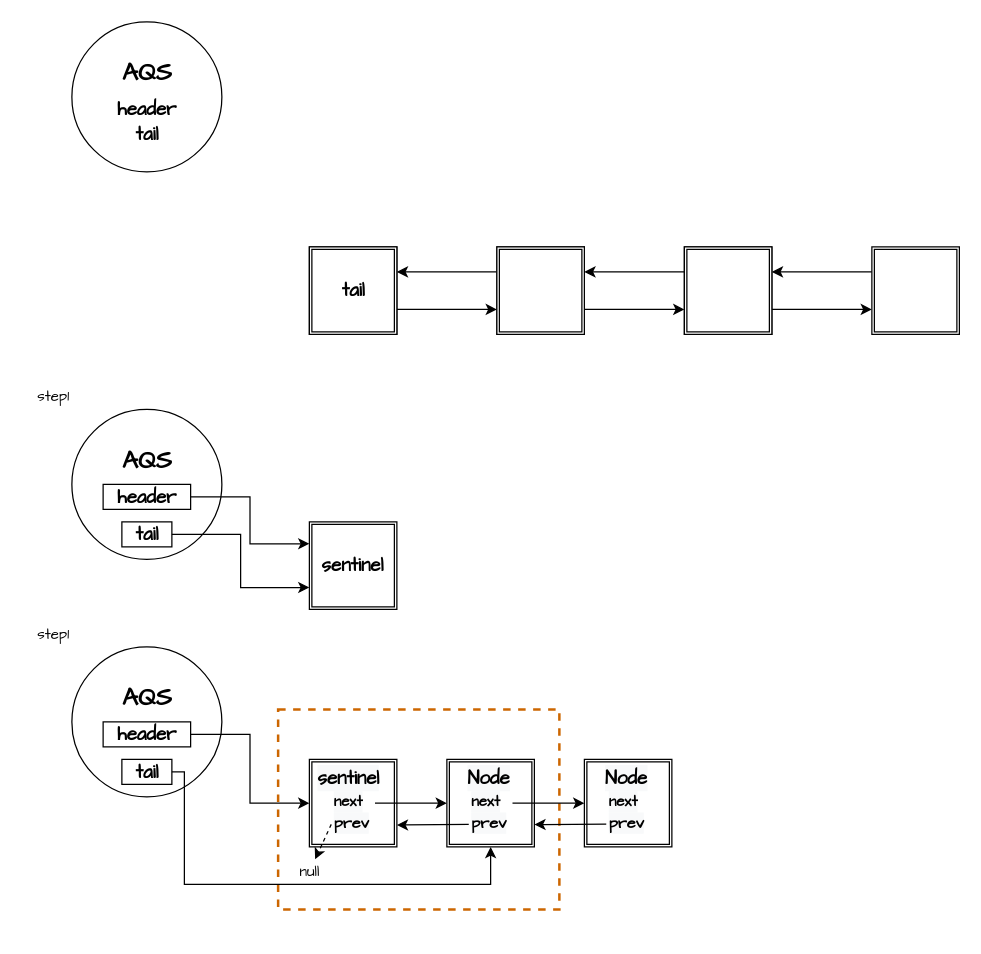
Before: page "Page-24" (24 of 25) of resources/drawio/Untitled Diagram.drawio in linkins1/MyNoteBooks, a draw.io diagram. Source tidied: cells renumbered, new cells numbered last; positions are measured from the earlier drawing's top-left corner, leaving out a move shared by most shapes. Both pictures are drawn from the tidied source at 125%, with x=0, y=0 at pixel (21, 21).
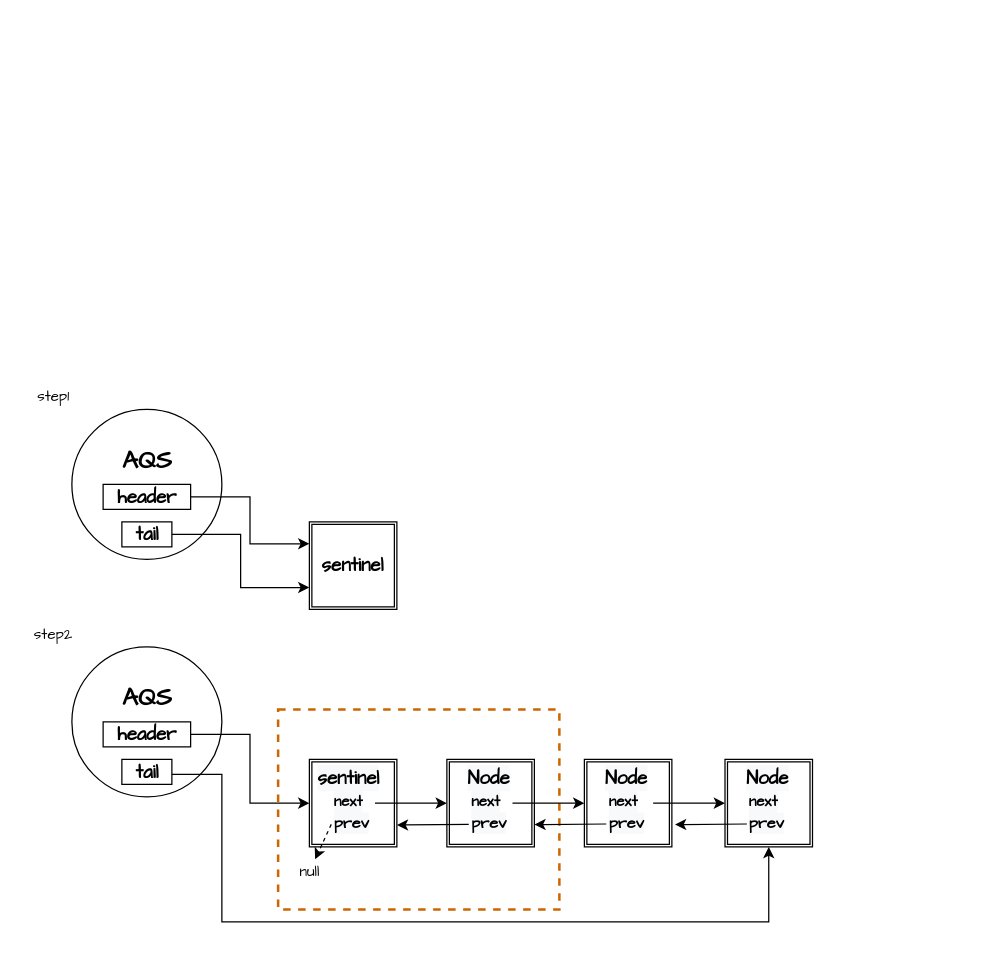
The same diagram, later.

The change refers to these unchanged cells:
```xml
<mxCell id="35" value="&lt;font face=&quot;Comic Sans MS&quot; size=&quot;1&quot;&gt;&lt;b style=&quot;font-size: 15px&quot;&gt;tail&lt;/b&gt;&lt;/font&gt;" style="text;html=1;align=center;verticalAlign=middle;points=[];strokeColor=#000000;" parent="1" vertex="1">
  <mxGeometry x="80" y="590" width="40" height="20" as="geometry" />
</mxCell>
<mxCell id="43" style="shape=ext;double=1;whiteSpace=wrap;html=1;" parent="1" vertex="1">
  <mxGeometry x="340" y="590" width="70" height="70" as="geometry" />
</mxCell>
```

Change to the diagram source:
```diff
@@
-    <mxCell id="3" style="edgeStyle=orthogonalEdgeStyle;rounded=0;jettySize=auto;html=1;" parent="1" edge="1" source="4" target="9">
-      <mxGeometry relative="1" as="geometry">
-        <Array as="points">
-          <mxPoint x="350" y="230" />
-          <mxPoint x="350" y="230" />
-        </Array>
-      </mxGeometry>
-    </mxCell>
-    <mxCell id="4" style="shape=ext;double=1;whiteSpace=wrap;html=1;" parent="1" vertex="1">
-      <mxGeometry x="230" y="180" width="70" height="70" as="geometry" />
-    </mxCell>
-    <mxCell id="5" style="ellipse;whiteSpace=wrap;html=1;" parent="1" vertex="1">
-      <mxGeometry x="40" width="120" height="120" as="geometry" />
-    </mxCell>
-    <mxCell id="6" value="&lt;font face=&quot;Comic Sans MS&quot;&gt;&lt;span style=&quot;font-size: 20px&quot;&gt;&lt;b&gt;AQS&lt;/b&gt;&lt;/span&gt;&lt;/font&gt;" style="text;html=1;align=center;verticalAlign=middle;" parent="1" vertex="1">
-      <mxGeometry x="70" y="30" width="60" height="20" as="geometry" />
-    </mxCell>
-    <mxCell id="7" style="edgeStyle=orthogonalEdgeStyle;rounded=0;jettySize=auto;html=1;" parent="1" edge="1" source="9" target="10">
-      <mxGeometry relative="1" as="geometry">
-        <Array as="points">
-          <mxPoint x="340" y="200" />
-          <mxPoint x="340" y="200" />
-        </Array>
-      </mxGeometry>
-    </mxCell>
-    <mxCell id="8" style="edgeStyle=orthogonalEdgeStyle;rounded=0;jettySize=auto;html=1;" parent="1" edge="1" source="9" target="13">
-      <mxGeometry relative="1" as="geometry">
-        <Array as="points">
-          <mxPoint x="490" y="230" />
-          <mxPoint x="490" y="230" />
-        </Array>
-      </mxGeometry>
-    </mxCell>
-    <mxCell id="9" style="shape=ext;double=1;whiteSpace=wrap;html=1;" parent="1" vertex="1">
-      <mxGeometry x="380" y="180" width="70" height="70" as="geometry" />
-    </mxCell>
-    <mxCell id="10" style="shape=ext;double=1;whiteSpace=wrap;html=1;" parent="1" vertex="1">
-      <mxGeometry x="230" y="180" width="70" height="70" as="geometry" />
-    </mxCell>
-    <mxCell id="11" style="edgeStyle=orthogonalEdgeStyle;rounded=0;jettySize=auto;html=1;" parent="1" edge="1" source="13" target="14">
-      <mxGeometry relative="1" as="geometry">
-        <Array as="points">
-          <mxPoint x="490" y="200" />
-          <mxPoint x="490" y="200" />
-        </Array>
-      </mxGeometry>
-    </mxCell>
-    <mxCell id="12" style="edgeStyle=orthogonalEdgeStyle;rounded=0;jettySize=auto;html=1;" parent="1" edge="1" source="13" target="16">
-      <mxGeometry relative="1" as="geometry">
-        <Array as="points">
-          <mxPoint x="640" y="230" />
-          <mxPoint x="640" y="230" />
-        </Array>
-      </mxGeometry>
-    </mxCell>
-    <mxCell id="13" style="shape=ext;double=1;whiteSpace=wrap;html=1;" parent="1" vertex="1">
-      <mxGeometry x="530" y="180" width="70" height="70" as="geometry" />
-    </mxCell>
-    <mxCell id="14" style="shape=ext;double=1;whiteSpace=wrap;html=1;" parent="1" vertex="1">
-      <mxGeometry x="380" y="180" width="70" height="70" as="geometry" />
-    </mxCell>
-    <mxCell id="15" style="edgeStyle=orthogonalEdgeStyle;rounded=0;jettySize=auto;html=1;" parent="1" edge="1" source="16" target="17">
-      <mxGeometry relative="1" as="geometry">
-        <Array as="points">
-          <mxPoint x="640" y="200" />
-          <mxPoint x="640" y="200" />
-        </Array>
-      </mxGeometry>
-    </mxCell>
-    <mxCell id="16" style="shape=ext;double=1;whiteSpace=wrap;html=1;" parent="1" vertex="1">
-      <mxGeometry x="680" y="180" width="70" height="70" as="geometry" />
-    </mxCell>
-    <mxCell id="17" style="shape=ext;double=1;whiteSpace=wrap;html=1;" parent="1" vertex="1">
-      <mxGeometry x="530" y="180" width="70" height="70" as="geometry" />
-    </mxCell>
-    <mxCell id="18" value="&lt;font face=&quot;Comic Sans MS&quot; size=&quot;1&quot;&gt;&lt;b style=&quot;font-size: 15px&quot;&gt;header&lt;/b&gt;&lt;/font&gt;" style="text;html=1;align=center;verticalAlign=middle;" parent="1" vertex="1">
-      <mxGeometry x="65" y="60" width="70" height="20" as="geometry" />
-    </mxCell>
-    <mxCell id="19" value="&lt;font face=&quot;Comic Sans MS&quot; size=&quot;1&quot;&gt;&lt;b style=&quot;font-size: 15px&quot;&gt;tail&lt;/b&gt;&lt;/font&gt;" style="text;html=1;align=center;verticalAlign=middle;" parent="1" vertex="1">
-      <mxGeometry x="80" y="80" width="40" height="20" as="geometry" />
-    </mxCell>
-    <mxCell id="20" value="&lt;font face=&quot;Comic Sans MS&quot; size=&quot;1&quot;&gt;&lt;b style=&quot;font-size: 15px&quot;&gt;tail&lt;/b&gt;&lt;/font&gt;" style="text;html=1;align=center;verticalAlign=middle;" parent="1" vertex="1">
-      <mxGeometry x="245" y="205" width="40" height="20" as="geometry" />
-    </mxCell>
@@
-    <mxCell id="34" style="edgeStyle=orthogonalEdgeStyle;rounded=0;jettySize=auto;html=1;entryX=0.5;entryY=1;entryDx=0;entryDy=0;" parent="1" edge="1" source="35" target="43">
-      <mxGeometry relative="1" as="geometry">
-        <Array as="points">
-          <mxPoint x="130" y="600" />
-          <mxPoint x="130" y="690" />
-          <mxPoint x="375" y="690" />
-        </Array>
-      </mxGeometry>
-    </mxCell>
@@
-    <mxCell id="36" value="&lt;font face=&quot;Comic Sans MS&quot;&gt;step1&lt;/font&gt;" style="text;html=1;align=center;verticalAlign=middle;" parent="1" vertex="1">
+    <mxCell id="36" value="&lt;font face=&quot;Comic Sans MS&quot;&gt;step2&lt;/font&gt;" style="text;html=1;align=center;verticalAlign=middle;" parent="1" vertex="1">
       <mxGeometry y="480" width="50" height="20" as="geometry" />
     </mxCell>
@@
+    <mxCell id="54" style="shape=ext;double=1;whiteSpace=wrap;html=1;" parent="1" vertex="1">
+      <mxGeometry x="562.5" y="590" width="70" height="70" as="geometry" />
+    </mxCell>
+    <mxCell id="55" value="&lt;b style=&quot;color: rgb(0 , 0 , 0) ; font-family: &amp;#34;comic sans ms&amp;#34; ; font-style: normal ; letter-spacing: normal ; text-align: center ; text-indent: 0px ; text-transform: none ; word-spacing: 0px ; background-color: rgb(248 , 249 , 250) ; font-size: 15px&quot;&gt;Node&lt;/b&gt;" style="text;whiteSpace=wrap;html=1;" parent="1" vertex="1">
+      <mxGeometry x="577.5" y="590" width="40" height="30" as="geometry" />
+    </mxCell>
+    <mxCell id="56" value="&lt;b style=&quot;color: rgb(0 , 0 , 0) ; font-family: &amp;#34;comic sans ms&amp;#34; ; font-style: normal ; letter-spacing: normal ; text-align: center ; text-indent: 0px ; text-transform: none ; word-spacing: 0px ; background-color: rgb(248 , 249 , 250)&quot;&gt;&lt;font style=&quot;font-size: 12px&quot;&gt;next&lt;/font&gt;&lt;/b&gt;" style="text;whiteSpace=wrap;html=1;" parent="1" vertex="1">
+      <mxGeometry x="580" y="610" width="35" height="30" as="geometry" />
+    </mxCell>
+    <mxCell id="57" value="&lt;b style=&quot;color: rgb(0 , 0 , 0) ; font-family: &amp;#34;comic sans ms&amp;#34; ; font-style: normal ; letter-spacing: normal ; text-align: center ; text-indent: 0px ; text-transform: none ; word-spacing: 0px ; background-color: rgb(248 , 249 , 250)&quot;&gt;&lt;font style=&quot;font-size: 13px&quot;&gt;prev&lt;/font&gt;&lt;/b&gt;" style="text;whiteSpace=wrap;html=1;" parent="1" vertex="1">
+      <mxGeometry x="580" y="627" width="35" height="30" as="geometry" />
+    </mxCell>
+    <mxCell id="58" style="endArrow=classic;html=1;exitX=1;exitY=0.5;exitDx=0;exitDy=0;entryX=0;entryY=0.5;entryDx=0;entryDy=0;" parent="1" edge="1" target="54">
+      <mxGeometry relative="1" as="geometry">
+        <mxPoint x="505" y="625" as="sourcePoint" />
+      </mxGeometry>
+    </mxCell>
+    <mxCell id="59" style="endArrow=classic;html=1;exitX=0;exitY=0.5;exitDx=0;exitDy=0;entryX=1;entryY=0.75;entryDx=0;entryDy=0;" parent="1" edge="1">
+      <mxGeometry relative="1" as="geometry">
+        <mxPoint x="580" y="641.7" as="sourcePoint" />
+        <mxPoint x="522.5" y="642.2" as="targetPoint" />
+      </mxGeometry>
+    </mxCell>
+    <mxCell id="60" style="edgeStyle=orthogonalEdgeStyle;rounded=0;jettySize=auto;html=1;entryX=0.5;entryY=1;entryDx=0;entryDy=0;" parent="1" edge="1" target="54">
+      <mxGeometry relative="1" as="geometry">
+        <mxPoint x="120" y="602" as="sourcePoint" />
+        <Array as="points">
+          <mxPoint x="160" y="602" />
+          <mxPoint x="160" y="720" />
+          <mxPoint x="598" y="720" />
+        </Array>
+      </mxGeometry>
+    </mxCell>
```
